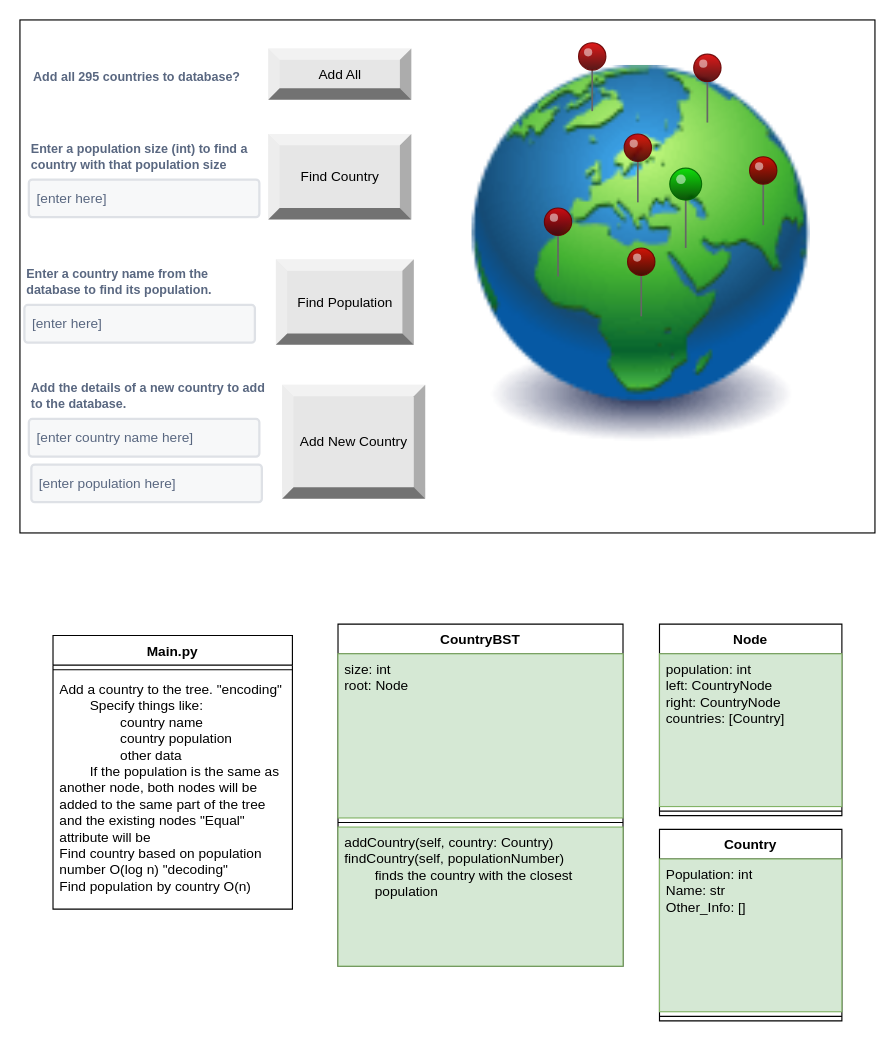
Above: final_project_diagram.drawio in atroy01/MSOE_Final_Project (draw.io), before the change. Source tidied: cells renumbered, new cells numbered last; positions are measured from the earlier drawing's top-left corner, leaving out a move shared by most shapes. Both pictures are drawn from the tidied source at 114%, with x=0, y=0 at pixel (19, 19).
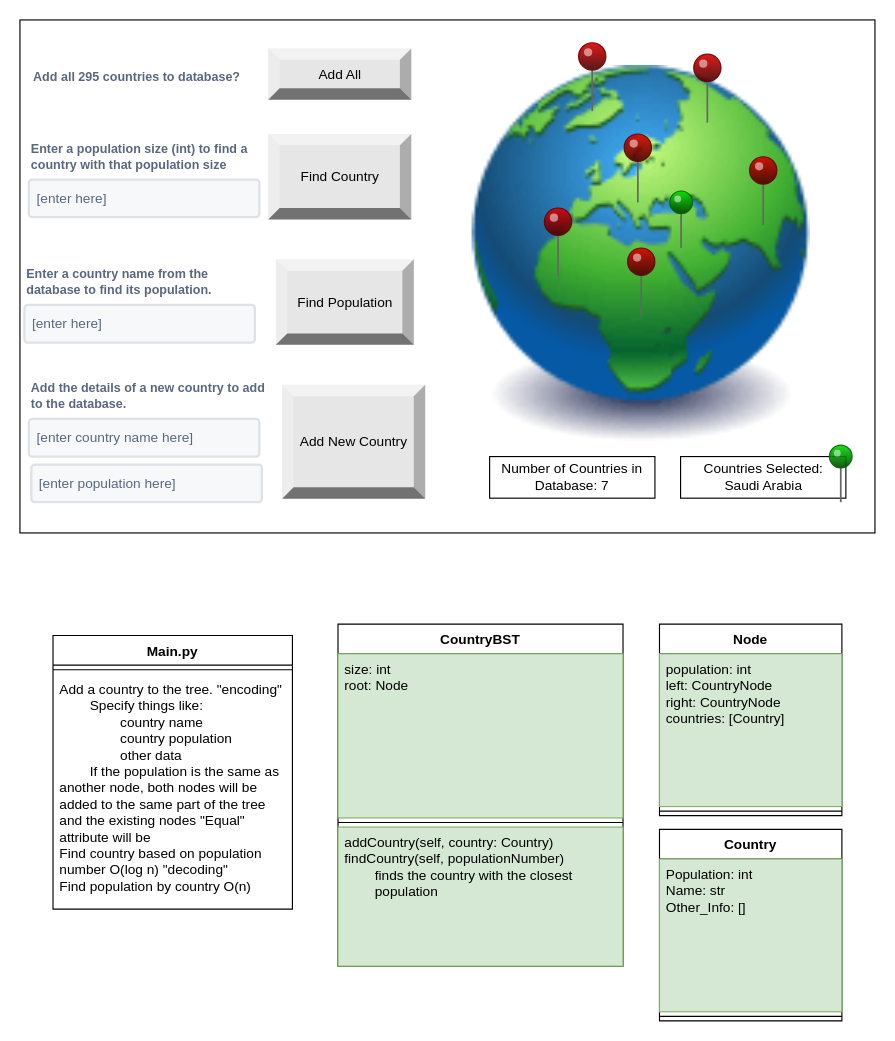
The same page after the edit.

Commit message:
added size tracker to UI

What changed in the source:
```diff
@@
     <mxCell id="17" style="verticalLabelPosition=top;html=1;shadow=0;dashed=0;verticalAlign=bottom;strokeWidth=1;shape=mxgraph.ios.iPin;fillColor2=#00dd00;fillColor3=#004400;strokeColor=#006600;" parent="1" vertex="1">
-      <mxGeometry x="570" y="130" width="28" height="70" as="geometry" />
+      <mxGeometry x="570" y="150" width="20" height="50" as="geometry" />
     </mxCell>
@@
+    <mxCell id="36" value="Number of Countries in Database: 7" style="rounded=0;whiteSpace=wrap;html=1;" parent="1" vertex="1">
+      <mxGeometry x="412" y="383" width="145" height="36.5" as="geometry" />
+    </mxCell>
+    <mxCell id="37" value="Countries Selected:&lt;br&gt;Saudi Arabia" style="rounded=0;whiteSpace=wrap;html=1;" parent="1" vertex="1">
+      <mxGeometry x="579.5" y="383" width="145" height="36.5" as="geometry" />
+    </mxCell>
+    <mxCell id="38" style="verticalLabelPosition=top;html=1;shadow=0;dashed=0;verticalAlign=bottom;strokeWidth=1;shape=mxgraph.ios.iPin;fillColor2=#00dd00;fillColor3=#004400;strokeColor=#006600;" parent="1" vertex="1">
+      <mxGeometry x="710" y="373" width="20" height="50" as="geometry" />
+    </mxCell>
```
